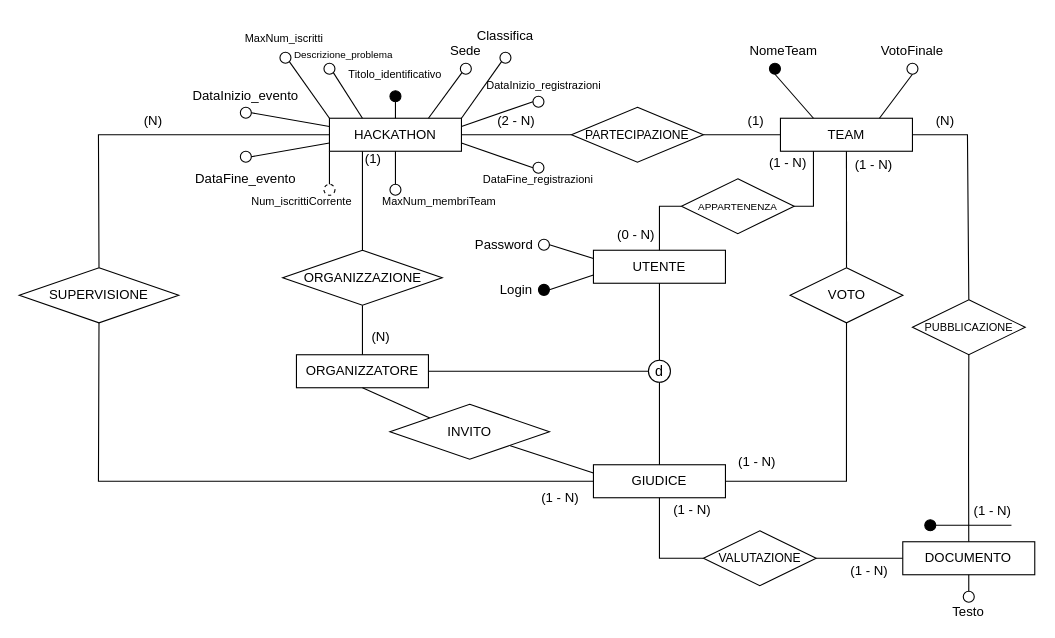
This is Documentazione/Immagini/EERDiagram_Hackathon.drawio from RyoSpikes/ProgettoBasiDati2025, a draw.io file, before an edit. Source tidied: cells renumbered, new cells numbered last; positions are measured from the earlier drawing's top-left corner, leaving out a move shared by most shapes. Both pictures are drawn from the tidied source at 110%, with x=0, y=0 at pixel (19, 19).
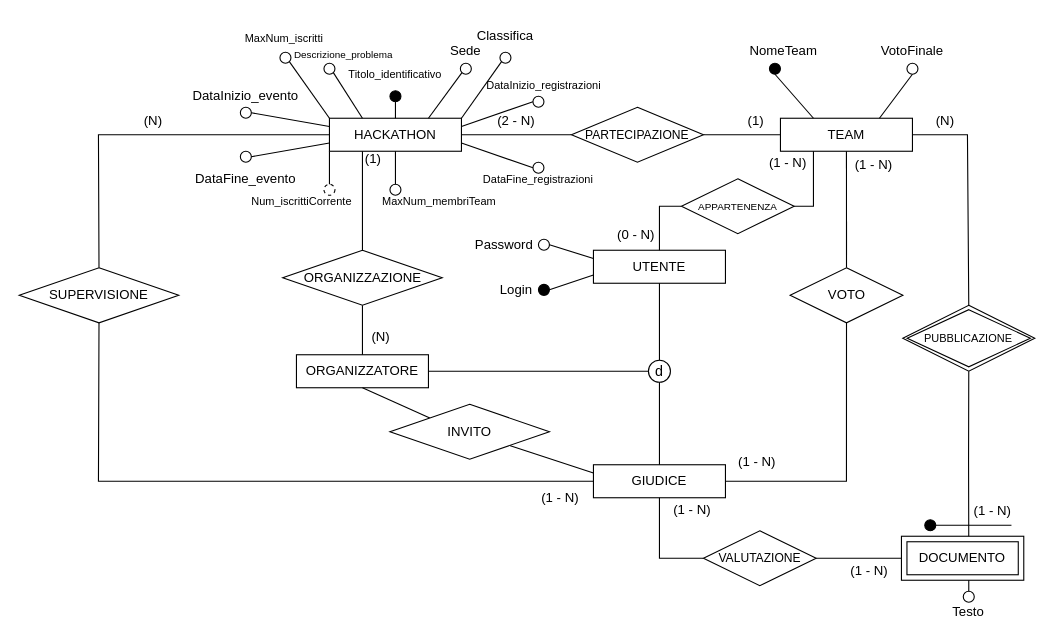
Above is the later version.

Commit message (it also covers changes not shown here):
Correzione EER

The change refers to these unchanged cells:
```xml
<mxCell id="65" value="&lt;font style=&quot;font-size: 11px;&quot;&gt;VALUTAZIONE&lt;/font&gt;" style="shape=rhombus;perimeter=rhombusPerimeter;whiteSpace=wrap;html=1;align=center;" parent="1" vertex="1">
  <mxGeometry x="622" y="465" width="102.5" height="50" as="geometry" />
</mxCell>
<mxCell id="74" style="ellipse;whiteSpace=wrap;html=1;fillColor=none;" parent="1" vertex="1">
  <mxGeometry x="858.2" y="520" width="10" height="10" as="geometry" />
</mxCell>
```

Change to the diagram source:
```diff
@@
-    <mxCell id="62" value="&lt;div&gt;DOCUMENTO&lt;/div&gt;" style="rounded=0;whiteSpace=wrap;html=1;" parent="1" vertex="1">
-      <mxGeometry x="803.2" y="475" width="120" height="30" as="geometry" />
-    </mxCell>
@@
-    <mxCell id="64" style="endArrow=none;html=1;rounded=0;entryX=0.5;entryY=0;entryDx=0;entryDy=0;exitX=0.5;exitY=1;exitDx=0;exitDy=0;" parent="1" edge="1" source="68" target="62">
+    <mxCell id="64" style="endArrow=none;html=1;rounded=0;entryX=0.5;entryY=0;entryDx=0;entryDy=0;exitX=0.5;exitY=1;exitDx=0;exitDy=0;" parent="1" edge="1" source="68">
       <mxGeometry relative="1" as="geometry">
+        <mxPoint x="863.2" y="475" as="targetPoint" />
         <Array as="points">
           <mxPoint x="863" y="400" />
         </Array>
       </mxGeometry>
     </mxCell>
@@
-    <mxCell id="66" style="endArrow=none;html=1;rounded=0;entryX=1;entryY=0.5;entryDx=0;entryDy=0;exitX=0;exitY=0.5;exitDx=0;exitDy=0;" parent="1" edge="1" source="62" target="65">
-      <mxGeometry relative="1" as="geometry" />
+    <mxCell id="66" style="endArrow=none;html=1;rounded=0;entryX=1;entryY=0.5;entryDx=0;entryDy=0;exitX=0;exitY=0.5;exitDx=0;exitDy=0;" parent="1" edge="1" target="65">
+      <mxGeometry relative="1" as="geometry">
+        <mxPoint x="803.2" y="490" as="sourcePoint" />
+      </mxGeometry>
     </mxCell>
@@
-    <mxCell id="68" value="&lt;font style=&quot;font-size: 10px;&quot;&gt;PUBBLICAZIONE&lt;/font&gt;" style="shape=rhombus;perimeter=rhombusPerimeter;whiteSpace=wrap;html=1;align=center;" parent="1" vertex="1">
-      <mxGeometry x="812" y="255" width="102.5" height="50" as="geometry" />
-    </mxCell>
@@
-    <mxCell id="73" style="endArrow=none;html=1;rounded=0;exitX=0.5;exitY=1;exitDx=0;exitDy=0;entryX=0.5;entryY=0;entryDx=0;entryDy=0;" parent="1" edge="1" source="62" target="74">
-      <mxGeometry relative="1" as="geometry" />
+    <mxCell id="73" style="endArrow=none;html=1;rounded=0;exitX=0.5;exitY=1;exitDx=0;exitDy=0;entryX=0.5;entryY=0;entryDx=0;entryDy=0;" parent="1" edge="1" target="74">
+      <mxGeometry relative="1" as="geometry">
+        <mxPoint x="863.2" y="505" as="sourcePoint" />
+      </mxGeometry>
     </mxCell>
@@
+    <mxCell id="68" value="&lt;font style=&quot;font-size: 10px;&quot;&gt;PUBBLICAZIONE&lt;/font&gt;" style="shape=rhombus;double=1;perimeter=rhombusPerimeter;whiteSpace=wrap;html=1;align=center;" parent="1" vertex="1">
+      <mxGeometry x="803.2" y="260" width="120" height="60" as="geometry" />
+    </mxCell>
+    <mxCell id="62" value="DOCUMENTO" style="shape=ext;margin=3;double=1;whiteSpace=wrap;html=1;align=center;" parent="1" vertex="1">
+      <mxGeometry x="802" y="470" width="111.2" height="40" as="geometry" />
+    </mxCell>
```
